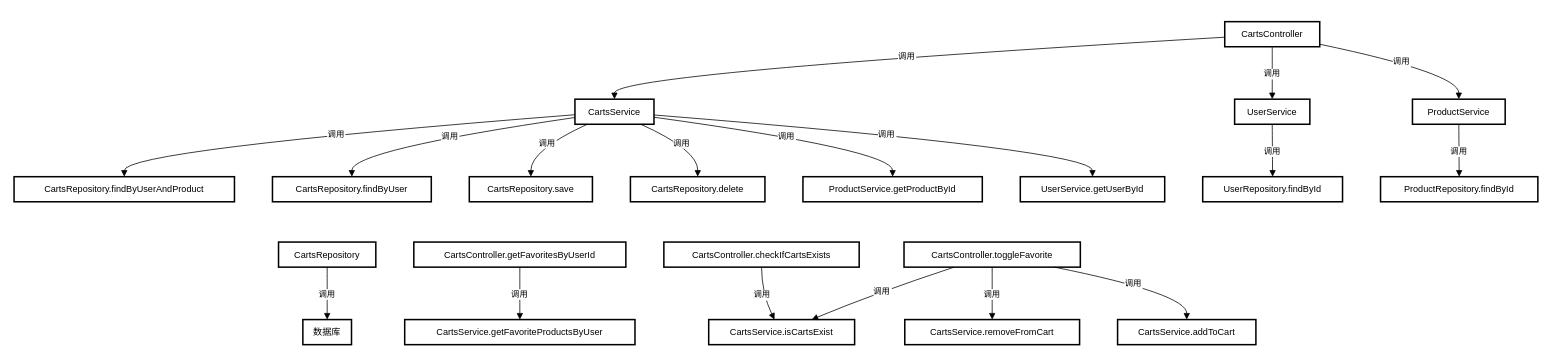
Above: page "收藏" (1 of 7) of 文档/详细设计规约文档/建模图/类内类间调用图.drawio in w1ntercube/TJ-SE-Design (draw.io), before the change. Source tidied: cells renumbered, new cells numbered last; positions are measured from the earlier drawing's top-left corner, leaving out a move shared by most shapes. Both pictures are drawn from the tidied source at 76%, with x=0, y=0 at pixel (14, 21).
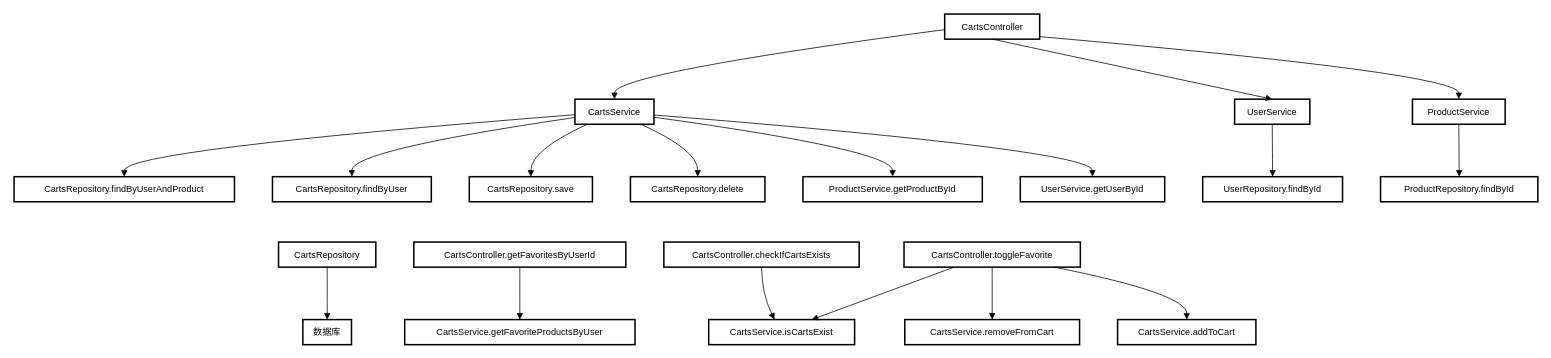
The same page after the edit.

The change refers to these unchanged cells:
```xml
<mxCell id="3" value="CartsService" style="whiteSpace=wrap;strokeWidth=2;" parent="1" vertex="1">
  <mxGeometry x="738" y="102" width="104" height="33" as="geometry" />
</mxCell>
<mxCell id="4" value="UserService" style="whiteSpace=wrap;strokeWidth=2;" parent="1" vertex="1">
  <mxGeometry x="1606" y="102" width="99" height="33" as="geometry" />
</mxCell>
<mxCell id="5" value="ProductService" style="whiteSpace=wrap;strokeWidth=2;" parent="1" vertex="1">
  <mxGeometry x="1840" y="102" width="122" height="33" as="geometry" />
</mxCell>
<mxCell id="6" value="CartsRepository.findByUserAndProduct" style="whiteSpace=wrap;strokeWidth=2;" parent="1" vertex="1">
  <mxGeometry y="204" width="290" height="33" as="geometry" />
</mxCell>
<mxCell id="7" value="CartsRepository.findByUser" style="whiteSpace=wrap;strokeWidth=2;" parent="1" vertex="1">
  <mxGeometry x="340" y="204" width="209" height="33" as="geometry" />
</mxCell>
<mxCell id="8" value="CartsRepository.save" style="whiteSpace=wrap;strokeWidth=2;" parent="1" vertex="1">
  <mxGeometry x="599" y="204" width="162" height="33" as="geometry" />
</mxCell>
<mxCell id="9" value="CartsRepository.delete" style="whiteSpace=wrap;strokeWidth=2;" parent="1" vertex="1">
  <mxGeometry x="811" y="204" width="177" height="33" as="geometry" />
</mxCell>
<mxCell id="10" value="ProductService.getProductById" style="whiteSpace=wrap;strokeWidth=2;" parent="1" vertex="1">
  <mxGeometry x="1038" y="204" width="236" height="33" as="geometry" />
</mxCell>
<mxCell id="11" value="UserService.getUserById" style="whiteSpace=wrap;strokeWidth=2;" parent="1" vertex="1">
  <mxGeometry x="1324" y="204" width="190" height="33" as="geometry" />
</mxCell>
<mxCell id="12" value="CartsRepository" style="whiteSpace=wrap;strokeWidth=2;" parent="1" vertex="1">
  <mxGeometry x="348" y="290" width="128" height="33" as="geometry" />
</mxCell>
<mxCell id="13" value="数据库" style="whiteSpace=wrap;strokeWidth=2;" parent="1" vertex="1">
  <mxGeometry x="380" y="392" width="64" height="33" as="geometry" />
</mxCell>
<mxCell id="14" value="UserRepository.findById" style="whiteSpace=wrap;strokeWidth=2;" parent="1" vertex="1">
  <mxGeometry x="1564" y="204" width="184" height="33" as="geometry" />
</mxCell>
<mxCell id="15" value="ProductRepository.findById" style="whiteSpace=wrap;strokeWidth=2;" parent="1" vertex="1">
  <mxGeometry x="1798" y="204" width="207" height="33" as="geometry" />
</mxCell>
<mxCell id="16" value="CartsController.getFavoritesByUserId" style="whiteSpace=wrap;strokeWidth=2;" parent="1" vertex="1">
  <mxGeometry x="526" y="290" width="279" height="33" as="geometry" />
</mxCell>
<mxCell id="17" value="CartsService.getFavoriteProductsByUser" style="whiteSpace=wrap;strokeWidth=2;" parent="1" vertex="1">
  <mxGeometry x="514" y="392" width="303" height="33" as="geometry" />
</mxCell>
<mxCell id="18" value="CartsController.toggleFavorite" style="whiteSpace=wrap;strokeWidth=2;" parent="1" vertex="1">
  <mxGeometry x="1171" y="290" width="232" height="33" as="geometry" />
</mxCell>
<mxCell id="19" value="CartsService.isCartsExist" style="whiteSpace=wrap;strokeWidth=2;" parent="1" vertex="1">
  <mxGeometry x="914" y="392" width="192" height="33" as="geometry" />
</mxCell>
<mxCell id="20" value="CartsService.removeFromCart" style="whiteSpace=wrap;strokeWidth=2;" parent="1" vertex="1">
  <mxGeometry x="1172" y="392" width="230" height="33" as="geometry" />
</mxCell>
<mxCell id="21" value="CartsService.addToCart" style="whiteSpace=wrap;strokeWidth=2;" parent="1" vertex="1">
  <mxGeometry x="1452" y="392" width="182" height="33" as="geometry" />
</mxCell>
<mxCell id="22" value="CartsController.checkIfCartsExists" style="whiteSpace=wrap;strokeWidth=2;" parent="1" vertex="1">
  <mxGeometry x="855" y="290" width="257" height="33" as="geometry" />
</mxCell>
```

Change to the diagram source:
```diff
@@
     <mxCell id="2" value="CartsController" style="whiteSpace=wrap;strokeWidth=2;" parent="1" vertex="1">
-      <mxGeometry x="1593" width="125" height="33" as="geometry" />
+      <mxGeometry x="1224.5" y="-10" width="125" height="33" as="geometry" />
     </mxCell>
@@
-    <mxCell id="23" value="调用" style="curved=1;startArrow=none;endArrow=block;exitX=0;exitY=0.62;entryX=0.5;entryY=-0.01;rounded=0;" parent="1" edge="1" source="2" target="3">
+    <mxCell id="23" style="curved=1;startArrow=none;endArrow=block;exitX=0;exitY=0.62;entryX=0.5;entryY=-0.01;rounded=0;" parent="1" edge="1" source="2" target="3">
       <mxGeometry relative="1" as="geometry">
         <Array as="points">
           <mxPoint x="790" y="68" />
         </Array>
       </mxGeometry>
     </mxCell>
-    <mxCell id="24" value="调用" style="curved=1;startArrow=none;endArrow=block;exitX=0.5;exitY=1.01;entryX=0.5;entryY=-0.01;rounded=0;" parent="1" edge="1" source="2" target="4">
+    <mxCell id="24" style="curved=1;startArrow=none;endArrow=block;exitX=0.5;exitY=1.01;entryX=0.5;entryY=-0.01;rounded=0;" parent="1" edge="1" source="2" target="4">
       <mxGeometry relative="1" as="geometry" />
     </mxCell>
-    <mxCell id="25" value="调用" style="curved=1;startArrow=none;endArrow=block;exitX=1;exitY=0.9;entryX=0.5;entryY=-0.01;rounded=0;" parent="1" edge="1" source="2" target="5">
+    <mxCell id="25" style="curved=1;startArrow=none;endArrow=block;exitX=1;exitY=0.9;entryX=0.5;entryY=-0.01;rounded=0;" parent="1" edge="1" source="2" target="5">
       <mxGeometry relative="1" as="geometry">
         <Array as="points">
           <mxPoint x="1901" y="68" />
         </Array>
       </mxGeometry>
     </mxCell>
-    <mxCell id="26" value="调用" style="curved=1;startArrow=none;endArrow=block;exitX=0;exitY=0.62;entryX=0.5;entryY=-0.01;rounded=0;" parent="1" edge="1" source="3" target="6">
+    <mxCell id="26" style="curved=1;startArrow=none;endArrow=block;exitX=0;exitY=0.62;entryX=0.5;entryY=-0.01;rounded=0;" parent="1" edge="1" source="3" target="6">
       <mxGeometry relative="1" as="geometry">
         <Array as="points">
           <mxPoint x="145" y="169" />
         </Array>
       </mxGeometry>
     </mxCell>
-    <mxCell id="27" value="调用" style="curved=1;startArrow=none;endArrow=block;exitX=0;exitY=0.73;entryX=0.5;entryY=-0.01;rounded=0;" parent="1" edge="1" source="3" target="7">
-      <mxGeometry relative="1" as="geometry">
+    <mxCell id="27" style="curved=1;startArrow=none;endArrow=block;exitX=0;exitY=0.73;entryX=0.5;entryY=-0.01;rounded=0;" parent="1" edge="1" source="3" target="7">
+      <mxGeometry x="-0.04" y="1" relative="1" as="geometry">
         <Array as="points">
           <mxPoint x="444" y="169" />
         </Array>
       </mxGeometry>
     </mxCell>
-    <mxCell id="28" value="调用" style="curved=1;startArrow=none;endArrow=block;exitX=0.15;exitY=1.01;entryX=0.5;entryY=-0.01;rounded=0;" parent="1" edge="1" source="3" target="8">
-      <mxGeometry relative="1" as="geometry">
+    <mxCell id="28" style="curved=1;startArrow=none;endArrow=block;exitX=0.15;exitY=1.01;entryX=0.5;entryY=-0.01;rounded=0;" parent="1" edge="1" source="3" target="8">
+      <mxGeometry x="-0.13" y="4" relative="1" as="geometry">
         <Array as="points">
           <mxPoint x="680" y="169" />
         </Array>
       </mxGeometry>
     </mxCell>
-    <mxCell id="29" value="调用" style="curved=1;startArrow=none;endArrow=block;exitX=0.84;exitY=1.01;entryX=0.5;entryY=-0.01;rounded=0;" parent="1" edge="1" source="3" target="9">
+    <mxCell id="29" style="curved=1;startArrow=none;endArrow=block;exitX=0.84;exitY=1.01;entryX=0.5;entryY=-0.01;rounded=0;" parent="1" edge="1" source="3" target="9">
       <mxGeometry relative="1" as="geometry">
         <Array as="points">
           <mxPoint x="900" y="169" />
         </Array>
       </mxGeometry>
     </mxCell>
-    <mxCell id="30" value="调用" style="curved=1;startArrow=none;endArrow=block;exitX=1;exitY=0.72;entryX=0.5;entryY=-0.01;rounded=0;" parent="1" edge="1" source="3" target="10">
+    <mxCell id="30" style="curved=1;startArrow=none;endArrow=block;exitX=1;exitY=0.72;entryX=0.5;entryY=-0.01;rounded=0;" parent="1" edge="1" source="3" target="10">
       <mxGeometry relative="1" as="geometry">
         <Array as="points">
           <mxPoint x="1156" y="169" />
         </Array>
       </mxGeometry>
     </mxCell>
-    <mxCell id="31" value="调用" style="curved=1;startArrow=none;endArrow=block;exitX=1;exitY=0.63;entryX=0.5;entryY=-0.01;rounded=0;" parent="1" edge="1" source="3" target="11">
+    <mxCell id="31" style="curved=1;startArrow=none;endArrow=block;exitX=1;exitY=0.63;entryX=0.5;entryY=-0.01;rounded=0;" parent="1" edge="1" source="3" target="11">
       <mxGeometry relative="1" as="geometry">
         <Array as="points">
           <mxPoint x="1419" y="169" />
         </Array>
       </mxGeometry>
     </mxCell>
-    <mxCell id="32" value="调用" style="curved=1;startArrow=none;endArrow=block;exitX=0.5;exitY=1.01;entryX=0.5;entryY=-0.01;rounded=0;" parent="1" edge="1" source="12" target="13">
+    <mxCell id="32" style="curved=1;startArrow=none;endArrow=block;exitX=0.5;exitY=1.01;entryX=0.5;entryY=-0.01;rounded=0;" parent="1" edge="1" source="12" target="13">
       <mxGeometry relative="1" as="geometry" />
     </mxCell>
-    <mxCell id="33" value="调用" style="curved=1;startArrow=none;endArrow=block;exitX=0.5;exitY=1.01;entryX=0.5;entryY=-0.01;rounded=0;" parent="1" edge="1" source="4" target="14">
-      <mxGeometry relative="1" as="geometry" />
+    <mxCell id="33" style="curved=1;startArrow=none;endArrow=block;exitX=0.5;exitY=1.01;entryX=0.5;entryY=-0.01;rounded=0;" parent="1" edge="1" source="4" target="14">
+      <mxGeometry x="0.02" y="4" relative="1" as="geometry" />
     </mxCell>
-    <mxCell id="34" value="调用" style="curved=1;startArrow=none;endArrow=block;exitX=0.5;exitY=1.01;entryX=0.5;entryY=-0.01;rounded=0;" parent="1" edge="1" source="5" target="15">
-      <mxGeometry relative="1" as="geometry" />
+    <mxCell id="34" style="curved=1;startArrow=none;endArrow=block;exitX=0.5;exitY=1.01;entryX=0.5;entryY=-0.01;rounded=0;" parent="1" edge="1" source="5" target="15">
+      <mxGeometry x="0.01" relative="1" as="geometry" />
     </mxCell>
-    <mxCell id="35" value="调用" style="curved=1;startArrow=none;endArrow=block;exitX=0.5;exitY=1.01;entryX=0.5;entryY=-0.01;rounded=0;" parent="1" edge="1" source="16" target="17">
-      <mxGeometry relative="1" as="geometry" />
+    <mxCell id="35" style="curved=1;startArrow=none;endArrow=block;exitX=0.5;exitY=1.01;entryX=0.5;entryY=-0.01;rounded=0;" parent="1" edge="1" source="16" target="17">
+      <mxGeometry x="0.01" relative="1" as="geometry" />
     </mxCell>
-    <mxCell id="36" value="调用" style="curved=1;startArrow=none;endArrow=block;exitX=0.28;exitY=1.01;entryX=0.71;entryY=-0.01;rounded=0;" parent="1" edge="1" source="18" target="19">
-      <mxGeometry relative="1" as="geometry">
-        <Array as="points">
-          <mxPoint x="1131" y="358" />
-        </Array>
-      </mxGeometry>
+    <mxCell id="36" style="curved=1;startArrow=none;endArrow=block;exitX=0.28;exitY=1.01;entryX=0.71;entryY=-0.01;rounded=0;" parent="1" edge="1" source="18" target="19">
+      <mxGeometry relative="1" as="geometry" />
     </mxCell>
-    <mxCell id="37" value="调用" style="curved=1;startArrow=none;endArrow=block;exitX=0.5;exitY=1.01;entryX=0.5;entryY=-0.01;rounded=0;" parent="1" edge="1" source="18" target="20">
+    <mxCell id="37" style="curved=1;startArrow=none;endArrow=block;exitX=0.5;exitY=1.01;entryX=0.5;entryY=-0.01;rounded=0;" parent="1" edge="1" source="18" target="20">
       <mxGeometry relative="1" as="geometry" />
     </mxCell>
-    <mxCell id="38" value="调用" style="curved=1;startArrow=none;endArrow=block;exitX=0.86;exitY=1.01;entryX=0.5;entryY=-0.01;rounded=0;" parent="1" edge="1" source="18" target="21">
+    <mxCell id="38" style="curved=1;startArrow=none;endArrow=block;exitX=0.86;exitY=1.01;entryX=0.5;entryY=-0.01;rounded=0;" parent="1" edge="1" source="18" target="21">
       <mxGeometry relative="1" as="geometry">
         <Array as="points">
           <mxPoint x="1543" y="358" />
         </Array>
       </mxGeometry>
     </mxCell>
-    <mxCell id="39" value="调用" style="curved=1;startArrow=none;endArrow=block;exitX=0.5;exitY=1.01;entryX=0.45;entryY=-0.01;rounded=0;" parent="1" edge="1" source="22" target="19">
-      <mxGeometry relative="1" as="geometry">
+    <mxCell id="39" style="curved=1;startArrow=none;endArrow=block;exitX=0.5;exitY=1.01;entryX=0.45;entryY=-0.01;rounded=0;" parent="1" edge="1" source="22" target="19">
+      <mxGeometry x="-0.01" relative="1" as="geometry">
         <Array as="points">
           <mxPoint x="984" y="358" />
         </Array>
       </mxGeometry>
     </mxCell>
```
